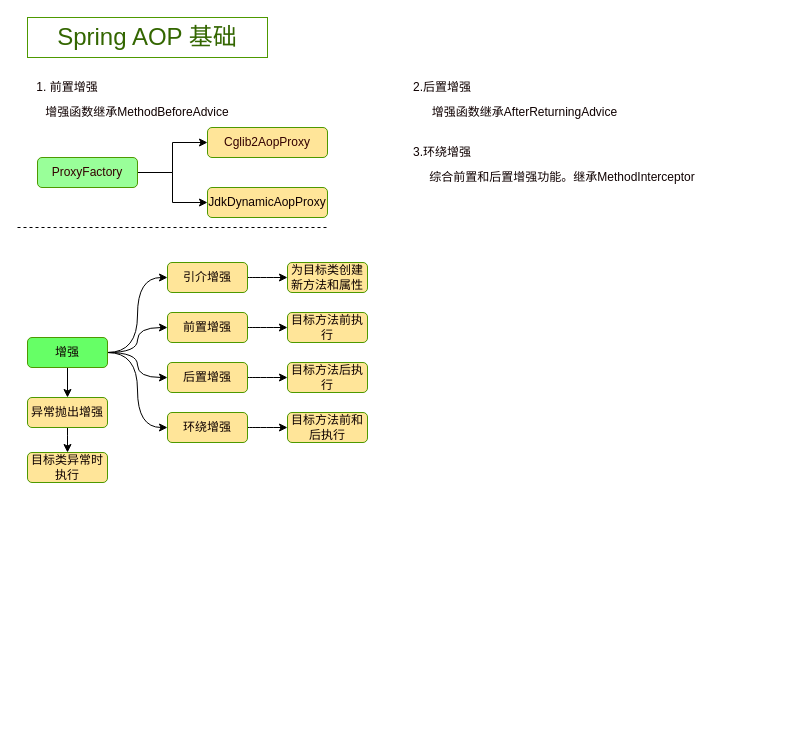
Above: spring企业开发/笔记/chapter7 Spring AOP 基础.drawio in chenTerry/Java- (draw.io), before the change. Source tidied: cells renumbered, new cells numbered last; positions are measured from the earlier drawing's top-left corner, leaving out a move shared by most shapes. Both pictures are drawn from the tidied source at 100%, with x=0, y=0 at pixel (17, 17).
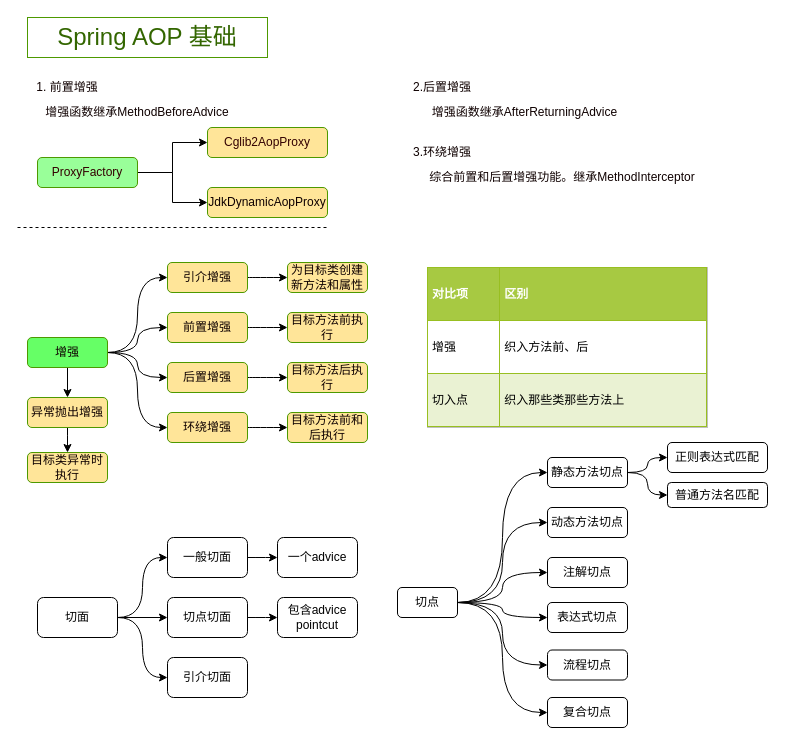
Above is the later version.

Diff of the diagram source:
```diff
@@
+    <mxCell id="36" value="&lt;table border=&quot;1&quot; width=&quot;100%&quot; cellpadding=&quot;4&quot; style=&quot;width: 100% ; height: 100% ; border-collapse: collapse&quot;&gt;&lt;tbody&gt;&lt;tr style=&quot;background-color: #a7c942 ; color: #ffffff ; border: 1px solid #98bf21&quot;&gt;&lt;th align=&quot;left&quot;&gt;对比项&lt;/th&gt;&lt;th align=&quot;left&quot;&gt;区别&lt;/th&gt;&lt;/tr&gt;&lt;tr style=&quot;border: 1px solid #98bf21&quot;&gt;&lt;td&gt;增强&lt;/td&gt;&lt;td&gt;织入方法前、后&lt;/td&gt;&lt;/tr&gt;&lt;tr style=&quot;background-color: #eaf2d3 ; border: 1px solid #98bf21&quot;&gt;&lt;td&gt;切入点&lt;/td&gt;&lt;td&gt;织入那些类那些方法上&lt;/td&gt;&lt;/tr&gt;&lt;/tbody&gt;&lt;/table&gt;" style="text;html=1;strokeColor=#c0c0c0;fillColor=#ffffff;overflow=fill;rounded=0;" parent="1" vertex="1">
+      <mxGeometry x="410" y="250" width="280" height="160" as="geometry" />
+    </mxCell>
+    <mxCell id="37" style="edgeStyle=orthogonalEdgeStyle;rounded=0;jettySize=auto;html=1;entryX=0;entryY=0.5;entryDx=0;entryDy=0;curved=1;" parent="1" edge="1" source="40" target="46">
+      <mxGeometry relative="1" as="geometry" />
+    </mxCell>
+    <mxCell id="38" style="edgeStyle=orthogonalEdgeStyle;rounded=0;jettySize=auto;html=1;" parent="1" edge="1" source="40" target="43">
+      <mxGeometry relative="1" as="geometry" />
+    </mxCell>
+    <mxCell id="39" style="edgeStyle=orthogonalEdgeStyle;rounded=0;jettySize=auto;html=1;curved=1;entryX=0;entryY=0.5;entryDx=0;entryDy=0;" parent="1" edge="1" source="40" target="41">
+      <mxGeometry relative="1" as="geometry" />
+    </mxCell>
+    <mxCell id="40" value="切面" style="rounded=1;whiteSpace=wrap;html=1;" parent="1" vertex="1">
+      <mxGeometry x="20" y="580" width="80" height="40" as="geometry" />
+    </mxCell>
+    <mxCell id="41" value="引介切面" style="rounded=1;whiteSpace=wrap;html=1;" parent="1" vertex="1">
+      <mxGeometry x="150" y="640" width="80" height="40" as="geometry" />
+    </mxCell>
+    <mxCell id="42" style="edgeStyle=orthogonalEdgeStyle;curved=1;rounded=0;jettySize=auto;html=1;" parent="1" edge="1" source="43" target="44">
+      <mxGeometry relative="1" as="geometry" />
+    </mxCell>
+    <mxCell id="43" value="切点切面" style="rounded=1;whiteSpace=wrap;html=1;" parent="1" vertex="1">
+      <mxGeometry x="150" y="580" width="80" height="40" as="geometry" />
+    </mxCell>
+    <mxCell id="44" value="包含advice pointcut" style="rounded=1;whiteSpace=wrap;html=1;" parent="1" vertex="1">
+      <mxGeometry x="260" y="580" width="80" height="40" as="geometry" />
+    </mxCell>
+    <mxCell id="45" style="edgeStyle=orthogonalEdgeStyle;curved=1;rounded=0;jettySize=auto;html=1;" parent="1" edge="1" source="46" target="47">
+      <mxGeometry relative="1" as="geometry" />
+    </mxCell>
+    <mxCell id="46" value="一般切面" style="rounded=1;whiteSpace=wrap;html=1;" parent="1" vertex="1">
+      <mxGeometry x="150" y="520" width="80" height="40" as="geometry" />
+    </mxCell>
+    <mxCell id="47" value="一个advice" style="rounded=1;whiteSpace=wrap;html=1;" parent="1" vertex="1">
+      <mxGeometry x="260" y="520" width="80" height="40" as="geometry" />
+    </mxCell>
+    <mxCell id="48" style="edgeStyle=orthogonalEdgeStyle;curved=1;rounded=0;jettySize=auto;html=1;entryX=0;entryY=0.5;entryDx=0;entryDy=0;" parent="1" edge="1" source="54" target="62">
+      <mxGeometry relative="1" as="geometry" />
+    </mxCell>
+    <mxCell id="49" style="edgeStyle=orthogonalEdgeStyle;curved=1;rounded=0;jettySize=auto;html=1;entryX=0;entryY=0.5;entryDx=0;entryDy=0;" parent="1" edge="1" source="54" target="59">
+      <mxGeometry relative="1" as="geometry" />
+    </mxCell>
+    <mxCell id="50" style="edgeStyle=orthogonalEdgeStyle;curved=1;rounded=0;jettySize=auto;html=1;" parent="1" edge="1" source="54" target="58">
+      <mxGeometry relative="1" as="geometry" />
+    </mxCell>
+    <mxCell id="51" style="edgeStyle=orthogonalEdgeStyle;curved=1;rounded=0;jettySize=auto;html=1;" parent="1" edge="1" source="54" target="57">
+      <mxGeometry relative="1" as="geometry" />
+    </mxCell>
+    <mxCell id="52" style="edgeStyle=orthogonalEdgeStyle;curved=1;rounded=0;jettySize=auto;html=1;entryX=0;entryY=0.5;entryDx=0;entryDy=0;" parent="1" edge="1" source="54" target="56">
+      <mxGeometry relative="1" as="geometry" />
+    </mxCell>
+    <mxCell id="53" style="edgeStyle=orthogonalEdgeStyle;curved=1;rounded=0;jettySize=auto;html=1;entryX=0;entryY=0.5;entryDx=0;entryDy=0;" parent="1" edge="1" source="54" target="55">
+      <mxGeometry relative="1" as="geometry" />
+    </mxCell>
+    <mxCell id="54" value="切点" style="rounded=1;whiteSpace=wrap;html=1;" parent="1" vertex="1">
+      <mxGeometry x="380" y="570" width="60" height="30" as="geometry" />
+    </mxCell>
+    <mxCell id="55" value="复合切点" style="rounded=1;whiteSpace=wrap;html=1;align=center;" parent="1" vertex="1">
+      <mxGeometry x="530" y="680" width="80" height="30" as="geometry" />
+    </mxCell>
+    <mxCell id="56" value="流程切点" style="rounded=1;whiteSpace=wrap;html=1;align=center;" parent="1" vertex="1">
+      <mxGeometry x="530" y="632.5" width="80" height="30" as="geometry" />
+    </mxCell>
+    <mxCell id="57" value="表达式切点" style="rounded=1;whiteSpace=wrap;html=1;align=center;" parent="1" vertex="1">
+      <mxGeometry x="530" y="585" width="80" height="30" as="geometry" />
+    </mxCell>
+    <mxCell id="58" value="&lt;div style=&quot;text-align: left&quot;&gt;&lt;span&gt;注解切点&lt;/span&gt;&lt;/div&gt;" style="rounded=1;whiteSpace=wrap;html=1;align=center;" parent="1" vertex="1">
+      <mxGeometry x="530" y="540" width="80" height="30" as="geometry" />
+    </mxCell>
+    <mxCell id="59" value="动态方法切点" style="rounded=1;whiteSpace=wrap;html=1;align=center;" parent="1" vertex="1">
+      <mxGeometry x="530" y="490" width="80" height="30" as="geometry" />
+    </mxCell>
+    <mxCell id="60" style="edgeStyle=orthogonalEdgeStyle;curved=1;rounded=0;jettySize=auto;html=1;" parent="1" edge="1" source="62" target="63">
+      <mxGeometry relative="1" as="geometry" />
+    </mxCell>
+    <mxCell id="61" style="edgeStyle=orthogonalEdgeStyle;curved=1;rounded=0;jettySize=auto;html=1;" parent="1" edge="1" source="62" target="64">
+      <mxGeometry relative="1" as="geometry" />
+    </mxCell>
+    <mxCell id="62" value="静态方法切点" style="rounded=1;whiteSpace=wrap;html=1;align=center;" parent="1" vertex="1">
+      <mxGeometry x="530" y="440" width="80" height="30" as="geometry" />
+    </mxCell>
+    <mxCell id="63" value="正则表达式匹配" style="rounded=1;whiteSpace=wrap;html=1;align=center;" parent="1" vertex="1">
+      <mxGeometry x="650" y="425" width="100" height="30" as="geometry" />
+    </mxCell>
+    <mxCell id="64" value="普通方法名匹配" style="rounded=1;whiteSpace=wrap;html=1;align=center;" parent="1" vertex="1">
+      <mxGeometry x="650" y="465" width="100" height="25" as="geometry" />
+    </mxCell>
```
